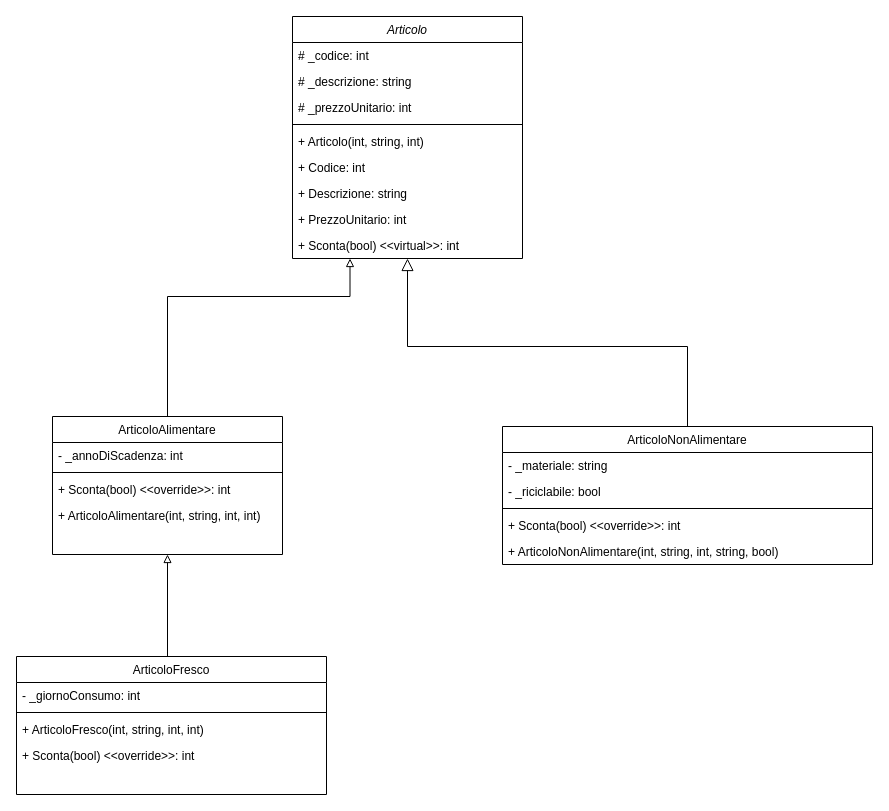
Above: 10 - Classe articoli.drawio in UsernameL56/10---Classe-articoli (draw.io), before the change. Source tidied: cells renumbered, new cells numbered last; positions are measured from the earlier drawing's top-left corner, leaving out a move shared by most shapes. Both pictures are drawn from the tidied source at 100%, with x=0, y=0 at pixel (16, 16).
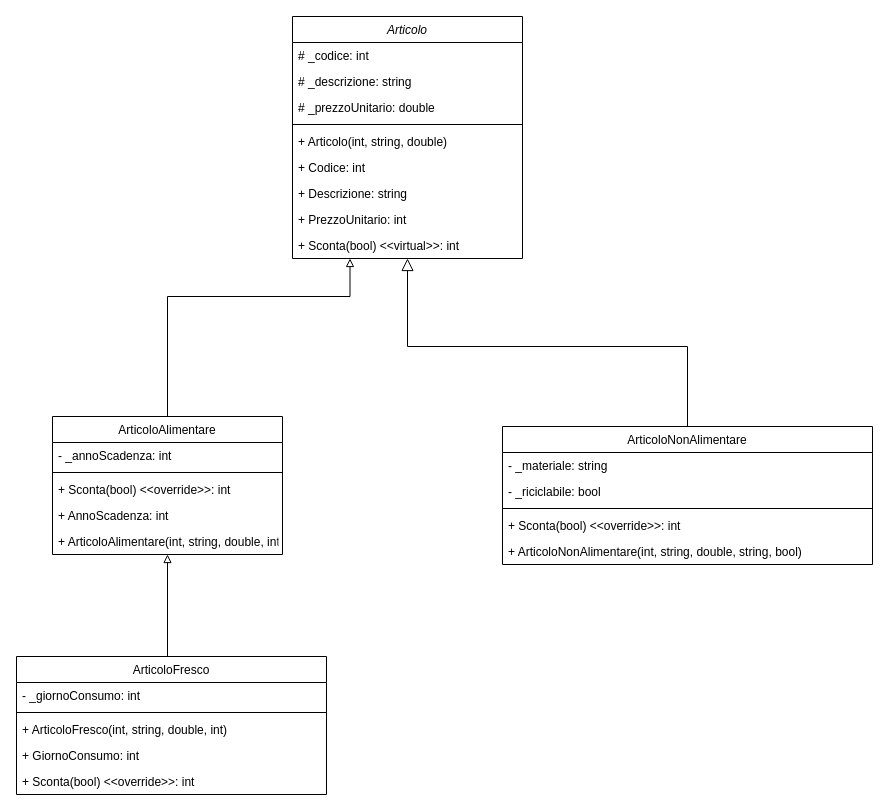
After the change.

The change refers to these unchanged cells:
```xml
<mxCell id="2" value="Articolo" style="swimlane;fontStyle=2;align=center;verticalAlign=top;horizontal=1;startSize=26;rounded=0;shadow=0;strokeWidth=1;" parent="1" vertex="1">
  <mxGeometry x="276" width="230" height="242" as="geometry" />
</mxCell>
<mxCell id="12" value="ArticoloNonAlimentare" style="swimlane;fontStyle=0;align=center;verticalAlign=top;horizontal=1;startSize=26;rounded=0;shadow=0;strokeWidth=1;" parent="1" vertex="1">
  <mxGeometry x="486" y="410" width="370" height="138" as="geometry" />
</mxCell>
<mxCell id="19" value="ArticoloAlimentare" style="swimlane;fontStyle=0;align=center;verticalAlign=top;horizontal=1;startSize=26;rounded=0;shadow=0;strokeWidth=1;" parent="1" vertex="1">
  <mxGeometry x="36" y="400" width="230" height="138" as="geometry" />
</mxCell>
<mxCell id="24" value="ArticoloFresco" style="swimlane;fontStyle=0;align=center;verticalAlign=top;horizontal=1;startSize=26;rounded=0;shadow=0;strokeWidth=1;" parent="1" vertex="1">
  <mxGeometry y="640" width="310" height="138" as="geometry" />
</mxCell>
```

Diff of the diagram source:
```diff
@@
-    <mxCell id="5" value="# _prezzoUnitario: int" style="text;align=left;verticalAlign=top;spacingLeft=4;spacingRight=4;overflow=hidden;rounded=0;shadow=0;html=0;" parent="2" vertex="1">
+    <mxCell id="5" value="# _prezzoUnitario: double" style="text;align=left;verticalAlign=top;spacingLeft=4;spacingRight=4;overflow=hidden;rounded=0;shadow=0;html=0;" parent="2" vertex="1">
       <mxGeometry y="78" width="230" height="26" as="geometry" />
     </mxCell>
@@
-    <mxCell id="7" value="+ Articolo(int, string, int)" style="text;align=left;verticalAlign=top;spacingLeft=4;spacingRight=4;overflow=hidden;" parent="2" vertex="1">
+    <mxCell id="7" value="+ Articolo(int, string, double)" style="text;align=left;verticalAlign=top;spacingLeft=4;spacingRight=4;overflow=hidden;" parent="2" vertex="1">
       <mxGeometry y="112" width="230" height="26" as="geometry" />
     </mxCell>
@@
-    <mxCell id="17" value="+ ArticoloNonAlimentare(int, string, int, string, bool)" style="text;align=left;verticalAlign=top;spacingLeft=4;spacingRight=4;overflow=hidden;fontStyle=0;" parent="12" vertex="1">
+    <mxCell id="17" value="+ ArticoloNonAlimentare(int, string, double, string, bool)" style="text;align=left;verticalAlign=top;spacingLeft=4;spacingRight=4;overflow=hidden;fontStyle=0;" parent="12" vertex="1">
       <mxGeometry y="112" width="370" height="26" as="geometry" />
     </mxCell>
@@
-    <mxCell id="20" value="- _annoDiScadenza: int" style="text;align=left;verticalAlign=top;spacingLeft=4;spacingRight=4;overflow=hidden;" parent="19" vertex="1">
+    <mxCell id="20" value="- _annoScadenza: int" style="text;align=left;verticalAlign=top;spacingLeft=4;spacingRight=4;overflow=hidden;" parent="19" vertex="1">
       <mxGeometry y="26" width="230" height="26" as="geometry" />
     </mxCell>
@@
+    <mxCell id="31" value="+ AnnoScadenza: int" style="text;align=left;verticalAlign=top;spacingLeft=4;spacingRight=4;overflow=hidden;" parent="19" vertex="1">
+      <mxGeometry y="86" width="230" height="26" as="geometry" />
+    </mxCell>
-    <mxCell id="23" value="+ ArticoloAlimentare(int, string, int, int)" style="text;align=left;verticalAlign=top;spacingLeft=4;spacingRight=4;overflow=hidden;" parent="19" vertex="1">
-      <mxGeometry y="86" width="230" height="26" as="geometry" />
+    <mxCell id="23" value="+ ArticoloAlimentare(int, string, double, int)" style="text;align=left;verticalAlign=top;spacingLeft=4;spacingRight=4;overflow=hidden;" parent="19" vertex="1">
+      <mxGeometry y="112" width="230" height="26" as="geometry" />
     </mxCell>
@@
-    <mxCell id="27" value="+ ArticoloFresco(int, string, int, int) " style="text;align=left;verticalAlign=top;spacingLeft=4;spacingRight=4;overflow=hidden;" parent="24" vertex="1">
+    <mxCell id="27" value="+ ArticoloFresco(int, string, double, int) " style="text;align=left;verticalAlign=top;spacingLeft=4;spacingRight=4;overflow=hidden;" parent="24" vertex="1">
       <mxGeometry y="60" width="310" height="26" as="geometry" />
     </mxCell>
+    <mxCell id="32" value="+ GiornoConsumo: int" style="text;align=left;verticalAlign=top;spacingLeft=4;spacingRight=4;overflow=hidden;" parent="24" vertex="1">
+      <mxGeometry y="86" width="310" height="26" as="geometry" />
+    </mxCell>
     <mxCell id="28" value="+ Sconta(bool) &lt;&lt;override&gt;&gt;: int  " style="text;align=left;verticalAlign=top;spacingLeft=4;spacingRight=4;overflow=hidden;" parent="24" vertex="1">
-      <mxGeometry y="86" width="310" height="26" as="geometry" />
+      <mxGeometry y="112" width="310" height="26" as="geometry" />
     </mxCell>
```
